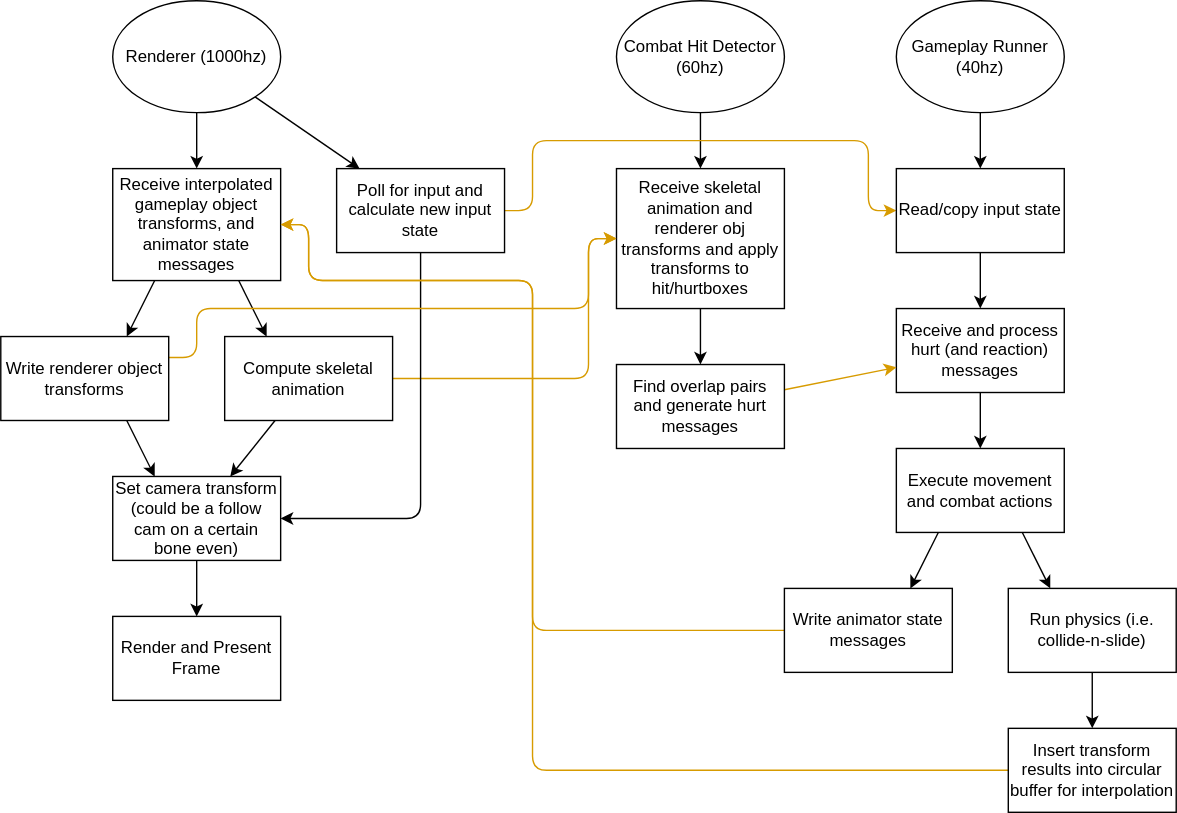
Above: design/software_architecture_whole.drawio.svg in TimoGuy/soranin_game_a2 (draw.io), before the change. Source tidied: cells renumbered, new cells last; positions are measured from the earlier drawing's top-left corner, leaving out a move shared by most shapes. The source it was exported from:
```xml
<mxGraphModel>
  <root>
    <mxCell id="0" />
    <mxCell id="1" parent="0" />
    <mxCell id="2" style="edgeStyle=none;html=1;" parent="1" edge="1" source="4" target="24">
      <mxGeometry relative="1" as="geometry" />
    </mxCell>
    <mxCell id="3" style="edgeStyle=none;html=1;exitX=0.5;exitY=1;exitDx=0;exitDy=0;entryX=0.5;entryY=0;entryDx=0;entryDy=0;" parent="1" edge="1" source="4" target="27">
      <mxGeometry relative="1" as="geometry" />
    </mxCell>
    <mxCell id="4" value="Renderer (1000hz)" style="ellipse;whiteSpace=wrap;html=1;" parent="1" vertex="1">
      <mxGeometry x="80" width="120" height="80" as="geometry" />
    </mxCell>
    <mxCell id="5" style="edgeStyle=none;html=1;" parent="1" edge="1" source="6" target="34">
      <mxGeometry relative="1" as="geometry" />
    </mxCell>
    <mxCell id="6" value="Gameplay Runner&lt;span style=&quot;background-color: transparent;&quot;&gt;&amp;nbsp;(40hz)&lt;/span&gt;" style="ellipse;whiteSpace=wrap;html=1;" parent="1" vertex="1">
      <mxGeometry x="640" width="120" height="80" as="geometry" />
    </mxCell>
    <mxCell id="7" style="edgeStyle=none;html=1;" parent="1" edge="1" source="8" target="13">
      <mxGeometry relative="1" as="geometry" />
    </mxCell>
    <mxCell id="8" value="Combat Hit Detector (60hz)" style="ellipse;whiteSpace=wrap;html=1;" parent="1" vertex="1">
      <mxGeometry x="440" width="120" height="80" as="geometry" />
    </mxCell>
    <mxCell id="9" style="edgeStyle=orthogonalEdgeStyle;html=1;exitX=1;exitY=0.5;exitDx=0;exitDy=0;entryX=0;entryY=0.5;entryDx=0;entryDy=0;fillColor=#ffe6cc;strokeColor=#d79b00;" parent="1" edge="1" source="11" target="13">
      <mxGeometry relative="1" as="geometry">
        <Array as="points">
          <mxPoint x="420" y="270" />
          <mxPoint x="420" y="170" />
        </Array>
      </mxGeometry>
    </mxCell>
    <mxCell id="10" style="edgeStyle=none;html=1;" parent="1" edge="1" source="11" target="29">
      <mxGeometry relative="1" as="geometry" />
    </mxCell>
    <mxCell id="11" value="Compute skeletal animation" style="rounded=0;whiteSpace=wrap;html=1;" parent="1" vertex="1">
      <mxGeometry x="160" y="240" width="120" height="60" as="geometry" />
    </mxCell>
    <mxCell id="12" style="edgeStyle=none;html=1;" parent="1" edge="1" source="13" target="18">
      <mxGeometry relative="1" as="geometry" />
    </mxCell>
    <mxCell id="13" value="Receive skeletal animation and renderer obj transforms and apply transforms to hit/hurtboxes" style="rounded=0;whiteSpace=wrap;html=1;" parent="1" vertex="1">
      <mxGeometry x="440" y="120" width="120" height="100" as="geometry" />
    </mxCell>
    <mxCell id="14" value="Render and Present Frame" style="rounded=0;whiteSpace=wrap;html=1;" parent="1" vertex="1">
      <mxGeometry x="80" y="440" width="120" height="60" as="geometry" />
    </mxCell>
    <mxCell id="15" style="edgeStyle=none;html=1;" parent="1" edge="1" source="16" target="21">
      <mxGeometry relative="1" as="geometry" />
    </mxCell>
    <mxCell id="16" value="Receive and process hurt (and reaction) messages" style="rounded=0;whiteSpace=wrap;html=1;" parent="1" vertex="1">
      <mxGeometry x="640" y="220" width="120" height="60" as="geometry" />
    </mxCell>
    <mxCell id="17" style="edgeStyle=none;html=1;fillColor=#ffe6cc;strokeColor=#d79b00;" parent="1" edge="1" source="18" target="16">
      <mxGeometry relative="1" as="geometry" />
    </mxCell>
    <mxCell id="18" value="Find overlap pairs and generate hurt messages" style="rounded=0;whiteSpace=wrap;html=1;" parent="1" vertex="1">
      <mxGeometry x="440" y="260" width="120" height="60" as="geometry" />
    </mxCell>
    <mxCell id="19" style="edgeStyle=none;html=1;exitX=0.75;exitY=1;exitDx=0;exitDy=0;entryX=0.25;entryY=0;entryDx=0;entryDy=0;" parent="1" edge="1" source="21" target="38">
      <mxGeometry relative="1" as="geometry" />
    </mxCell>
    <mxCell id="20" style="edgeStyle=none;html=1;exitX=0.25;exitY=1;exitDx=0;exitDy=0;entryX=0.75;entryY=0;entryDx=0;entryDy=0;" parent="1" edge="1" source="21" target="36">
      <mxGeometry relative="1" as="geometry" />
    </mxCell>
    <mxCell id="21" value="Execute movement and combat actions" style="rounded=0;whiteSpace=wrap;html=1;" parent="1" vertex="1">
      <mxGeometry x="640" y="320" width="120" height="60" as="geometry" />
    </mxCell>
    <mxCell id="22" style="edgeStyle=orthogonalEdgeStyle;html=1;exitX=0.5;exitY=1;exitDx=0;exitDy=0;entryX=1;entryY=0.5;entryDx=0;entryDy=0;" parent="1" edge="1" source="24" target="29">
      <mxGeometry relative="1" as="geometry" />
    </mxCell>
    <mxCell id="23" style="edgeStyle=orthogonalEdgeStyle;html=1;exitX=1;exitY=0.5;exitDx=0;exitDy=0;entryX=0;entryY=0.5;entryDx=0;entryDy=0;fillColor=#ffe6cc;strokeColor=#d79b00;" parent="1" edge="1" source="24" target="34">
      <mxGeometry relative="1" as="geometry">
        <Array as="points">
          <mxPoint x="380" y="150" />
          <mxPoint x="380" y="100" />
          <mxPoint x="620" y="100" />
          <mxPoint x="620" y="150" />
        </Array>
      </mxGeometry>
    </mxCell>
    <mxCell id="24" value="Poll for input and calculate new input state" style="rounded=0;whiteSpace=wrap;html=1;" parent="1" vertex="1">
      <mxGeometry x="240" y="120" width="120" height="60" as="geometry" />
    </mxCell>
    <mxCell id="25" style="edgeStyle=none;html=1;exitX=0.75;exitY=1;exitDx=0;exitDy=0;entryX=0.25;entryY=0;entryDx=0;entryDy=0;" parent="1" edge="1" source="27" target="11">
      <mxGeometry relative="1" as="geometry" />
    </mxCell>
    <mxCell id="26" style="edgeStyle=none;html=1;exitX=0.25;exitY=1;exitDx=0;exitDy=0;entryX=0.75;entryY=0;entryDx=0;entryDy=0;" parent="1" edge="1" source="27" target="32">
      <mxGeometry relative="1" as="geometry" />
    </mxCell>
    <mxCell id="27" value="Receive interpolated gameplay object transforms, and animator state messages" style="rounded=0;whiteSpace=wrap;html=1;" parent="1" vertex="1">
      <mxGeometry x="80" y="120" width="120" height="80" as="geometry" />
    </mxCell>
    <mxCell id="28" style="edgeStyle=none;html=1;exitX=0.5;exitY=1;exitDx=0;exitDy=0;entryX=0.5;entryY=0;entryDx=0;entryDy=0;" parent="1" edge="1" source="29" target="14">
      <mxGeometry relative="1" as="geometry" />
    </mxCell>
    <mxCell id="29" value="Set camera transform (could be a follow cam on a certain bone even)" style="rounded=0;whiteSpace=wrap;html=1;" parent="1" vertex="1">
      <mxGeometry x="80" y="340" width="120" height="60" as="geometry" />
    </mxCell>
    <mxCell id="30" style="edgeStyle=none;html=1;exitX=0.75;exitY=1;exitDx=0;exitDy=0;entryX=0.25;entryY=0;entryDx=0;entryDy=0;" parent="1" edge="1" source="32" target="29">
      <mxGeometry relative="1" as="geometry" />
    </mxCell>
    <mxCell id="31" style="edgeStyle=orthogonalEdgeStyle;html=1;exitX=1;exitY=0.25;exitDx=0;exitDy=0;entryX=0;entryY=0.5;entryDx=0;entryDy=0;fillColor=#ffe6cc;strokeColor=#d79b00;" parent="1" edge="1" source="32" target="13">
      <mxGeometry relative="1" as="geometry">
        <Array as="points">
          <mxPoint x="140" y="255" />
          <mxPoint x="140" y="220" />
          <mxPoint x="420" y="220" />
          <mxPoint x="420" y="170" />
        </Array>
      </mxGeometry>
    </mxCell>
    <mxCell id="32" value="Write renderer object transforms" style="rounded=0;whiteSpace=wrap;html=1;" parent="1" vertex="1">
      <mxGeometry y="240" width="120" height="60" as="geometry" />
    </mxCell>
    <mxCell id="33" style="edgeStyle=none;html=1;" parent="1" edge="1" source="34" target="16">
      <mxGeometry relative="1" as="geometry" />
    </mxCell>
    <mxCell id="34" value="Read/copy input state" style="rounded=0;whiteSpace=wrap;html=1;" parent="1" vertex="1">
      <mxGeometry x="640" y="120" width="120" height="60" as="geometry" />
    </mxCell>
    <mxCell id="35" style="edgeStyle=orthogonalEdgeStyle;html=1;exitX=0;exitY=0.5;exitDx=0;exitDy=0;entryX=1;entryY=0.5;entryDx=0;entryDy=0;fillColor=#ffe6cc;strokeColor=#d79b00;" parent="1" edge="1" source="36" target="27">
      <mxGeometry relative="1" as="geometry">
        <Array as="points">
          <mxPoint x="380" y="450" />
          <mxPoint x="380" y="200" />
          <mxPoint x="220" y="200" />
          <mxPoint x="220" y="160" />
        </Array>
      </mxGeometry>
    </mxCell>
    <mxCell id="36" value="Write animator state messages" style="rounded=0;whiteSpace=wrap;html=1;" parent="1" vertex="1">
      <mxGeometry x="560" y="420" width="120" height="60" as="geometry" />
    </mxCell>
    <mxCell id="37" style="edgeStyle=none;html=1;" parent="1" edge="1" source="38" target="40">
      <mxGeometry relative="1" as="geometry" />
    </mxCell>
    <mxCell id="38" value="Run physics (i.e. collide-n-slide)" style="rounded=0;whiteSpace=wrap;html=1;" parent="1" vertex="1">
      <mxGeometry x="720" y="420" width="120" height="60" as="geometry" />
    </mxCell>
    <mxCell id="39" style="edgeStyle=orthogonalEdgeStyle;html=1;exitX=0;exitY=0.5;exitDx=0;exitDy=0;entryX=1;entryY=0.5;entryDx=0;entryDy=0;fillColor=#ffe6cc;strokeColor=#d79b00;" parent="1" edge="1" source="40" target="27">
      <mxGeometry relative="1" as="geometry">
        <Array as="points">
          <mxPoint x="380" y="550" />
          <mxPoint x="380" y="200" />
          <mxPoint x="220" y="200" />
          <mxPoint x="220" y="160" />
        </Array>
      </mxGeometry>
    </mxCell>
    <mxCell id="40" value="Insert transform results into circular buffer for interpolation" style="rounded=0;whiteSpace=wrap;html=1;" parent="1" vertex="1">
      <mxGeometry x="720" y="520" width="120" height="60" as="geometry" />
    </mxCell>
  </root>
</mxGraphModel>
```
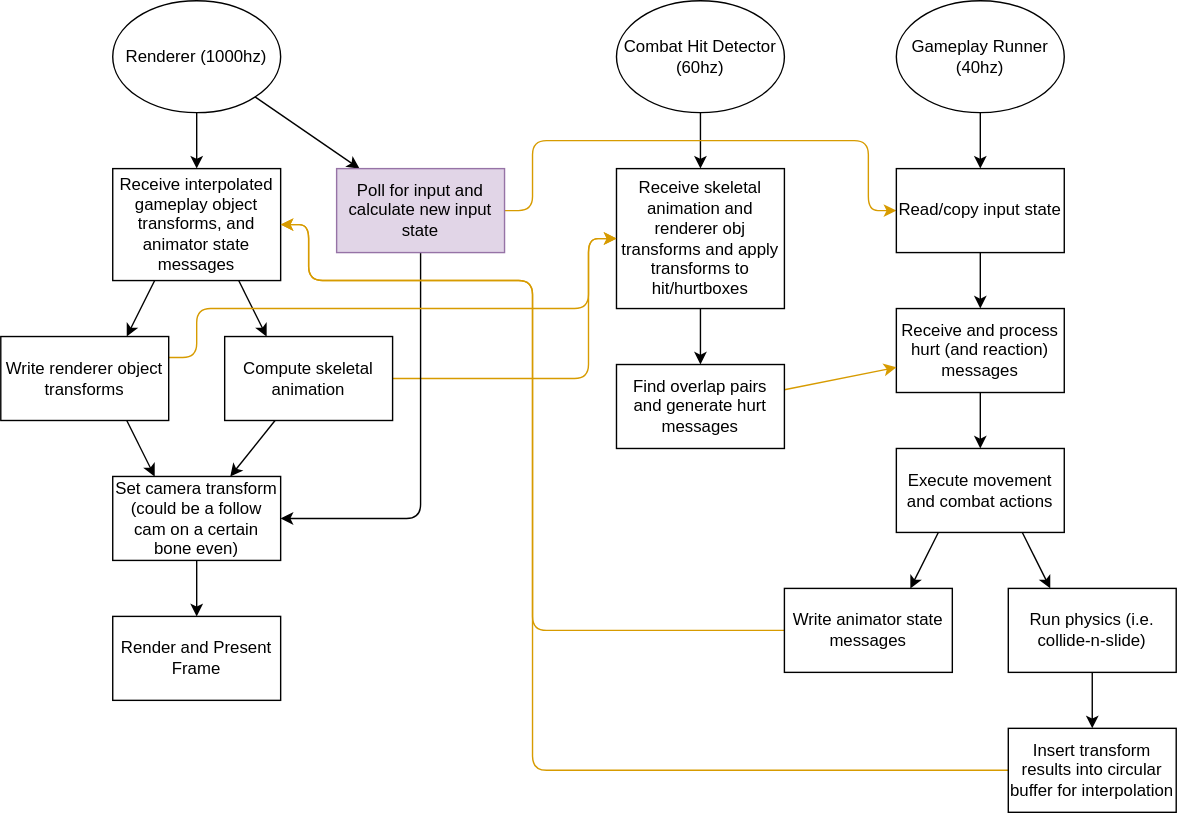
The same diagram one commit later.

Commit message:
Sets polling to purple to indicate need for having this job run on the same thread every time.

Diff of the diagram source:
```diff
@@ -80,7 +80,7 @@
         </Array>
       </mxGeometry>
     </mxCell>
-    <mxCell id="24" value="Poll for input and calculate new input state" style="rounded=0;whiteSpace=wrap;html=1;" parent="1" vertex="1">
+    <mxCell id="24" value="Poll for input and calculate new input state" style="rounded=0;whiteSpace=wrap;html=1;fillColor=#e1d5e7;strokeColor=#9673a6;" parent="1" vertex="1">
       <mxGeometry x="240" y="120" width="120" height="60" as="geometry" />
     </mxCell>
     <mxCell id="25" style="edgeStyle=none;html=1;exitX=0.75;exitY=1;exitDx=0;exitDy=0;entryX=0.25;entryY=0;entryDx=0;entryDy=0;" parent="1" edge="1" source="27" target="11">
```
